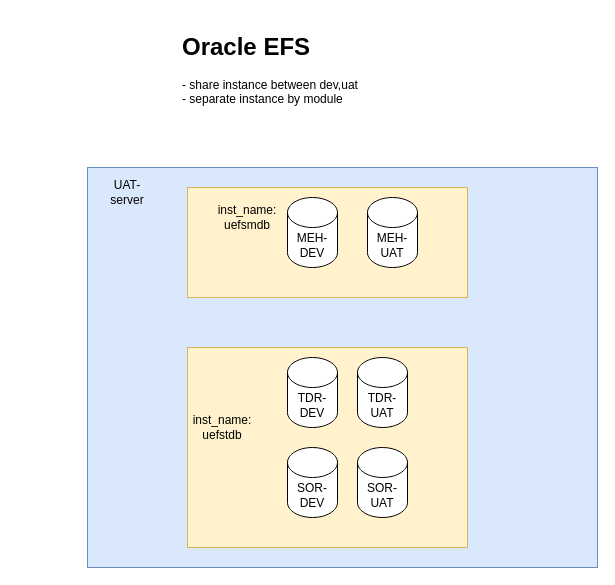
The draw.io diagram page "UAT" (1 of 2) of diagram/bay_efs_database.drawio in numnimjun/diagram, before the edit. Source tidied: cells renumbered, new cells numbered last; positions are measured from the earlier drawing's top-left corner, leaving out a move shared by most shapes. Both pictures are drawn from the tidied source at 100%, with x=0, y=0 at pixel (87, 27).
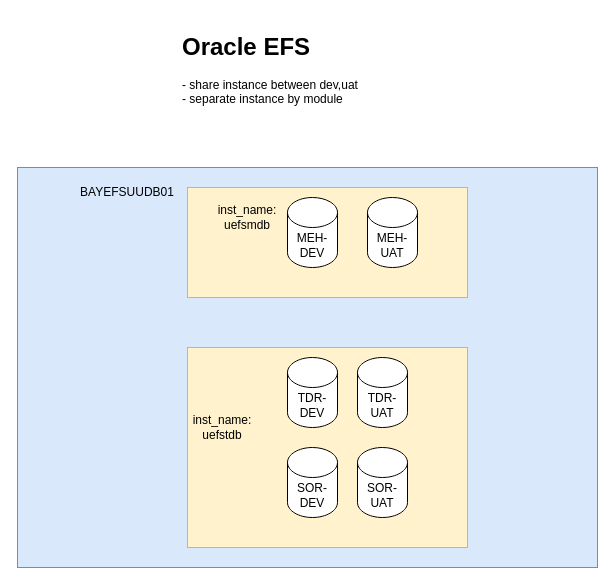
After the change.

What changed in the source:
```diff
@@
 <mxGraphModel>
   <root>
     <mxCell id="0" />
     <mxCell id="1" parent="0" />
     <mxCell id="2" style="rounded=0;whiteSpace=wrap;html=1;fillColor=#dae8fc;strokeColor=#6c8ebf;" parent="1" vertex="1">
-      <mxGeometry y="140" width="510" height="400" as="geometry" />
+      <mxGeometry x="-70" y="140" width="580" height="400" as="geometry" />
     </mxCell>
-    <mxCell id="3" value="UAT-server&lt;br&gt;" style="text;html=1;strokeColor=none;fillColor=none;align=center;verticalAlign=middle;whiteSpace=wrap;rounded=0;" parent="1" vertex="1">
+    <mxCell id="3" value="BAYEFSUUDB01" style="text;html=1;strokeColor=none;fillColor=none;align=center;verticalAlign=middle;whiteSpace=wrap;rounded=0;" parent="1" vertex="1">
       <mxGeometry x="10" y="150" width="60" height="30" as="geometry" />
     </mxCell>
     <mxCell id="4" style="rounded=0;whiteSpace=wrap;html=1;fillColor=#fff2cc;strokeColor=#d6b656;" parent="1" vertex="1">
       <mxGeometry x="100" y="160" width="280" height="110" as="geometry" />
     </mxCell>
     <mxCell id="5" value="inst_name: uefsmdb" style="text;html=1;strokeColor=none;fillColor=none;align=center;verticalAlign=middle;whiteSpace=wrap;rounded=0;" parent="1" vertex="1">
       <mxGeometry x="110" y="170" width="100" height="40" as="geometry" />
     </mxCell>
     <mxCell id="6" style="rounded=0;whiteSpace=wrap;html=1;fillColor=#fff2cc;strokeColor=#d6b656;" parent="1" vertex="1">
       <mxGeometry x="100" y="320" width="280" height="200" as="geometry" />
     </mxCell>
     <mxCell id="7" value="inst_name:&lt;br&gt;uefstdb" style="text;html=1;strokeColor=none;fillColor=none;align=center;verticalAlign=middle;whiteSpace=wrap;rounded=0;" parent="1" vertex="1">
       <mxGeometry x="90" y="380" width="90" height="40" as="geometry" />
     </mxCell>
     <mxCell id="8" value="MEH-DEV" style="shape=cylinder3;whiteSpace=wrap;html=1;boundedLbl=1;backgroundOutline=1;size=15;" parent="1" vertex="1">
       <mxGeometry x="200" y="170" width="50" height="70" as="geometry" />
     </mxCell>
     <mxCell id="9" value="MEH-UAT" style="shape=cylinder3;whiteSpace=wrap;html=1;boundedLbl=1;backgroundOutline=1;size=15;" parent="1" vertex="1">
       <mxGeometry x="280" y="170" width="50" height="70" as="geometry" />
     </mxCell>
     <mxCell id="10" value="TDR-DEV" style="shape=cylinder3;whiteSpace=wrap;html=1;boundedLbl=1;backgroundOutline=1;size=15;" parent="1" vertex="1">
       <mxGeometry x="200" y="330" width="50" height="70" as="geometry" />
     </mxCell>
     <mxCell id="11" value="TDR-UAT" style="shape=cylinder3;whiteSpace=wrap;html=1;boundedLbl=1;backgroundOutline=1;size=15;" parent="1" vertex="1">
       <mxGeometry x="270" y="330" width="50" height="70" as="geometry" />
     </mxCell>
     <mxCell id="12" value="SOR-DEV" style="shape=cylinder3;whiteSpace=wrap;html=1;boundedLbl=1;backgroundOutline=1;size=15;" parent="1" vertex="1">
       <mxGeometry x="200" y="420" width="50" height="70" as="geometry" />
     </mxCell>
     <mxCell id="13" value="SOR-UAT" style="shape=cylinder3;whiteSpace=wrap;html=1;boundedLbl=1;backgroundOutline=1;size=15;" parent="1" vertex="1">
       <mxGeometry x="270" y="420" width="50" height="70" as="geometry" />
     </mxCell>
     <mxCell id="14" value="&lt;h1&gt;&lt;span&gt;Oracle EFS&lt;/span&gt;&lt;br&gt;&lt;/h1&gt;&lt;div&gt;- share instance between dev,uat&lt;/div&gt;&lt;div&gt;- separate instance by module&lt;/div&gt;" style="text;html=1;strokeColor=none;fillColor=none;spacing=5;spacingTop=-20;whiteSpace=wrap;overflow=hidden;rounded=0;" parent="1" vertex="1">
       <mxGeometry x="90" width="190" height="120" as="geometry" />
     </mxCell>
+    <mxCell id="15" style="edgeStyle=orthogonalEdgeStyle;rounded=0;orthogonalLoop=1;jettySize=auto;html=1;exitX=0.5;exitY=1;exitDx=0;exitDy=0;" parent="1" edge="1" source="3" target="3">
+      <mxGeometry relative="1" as="geometry" />
+    </mxCell>
   </root>
 </mxGraphModel>
```
